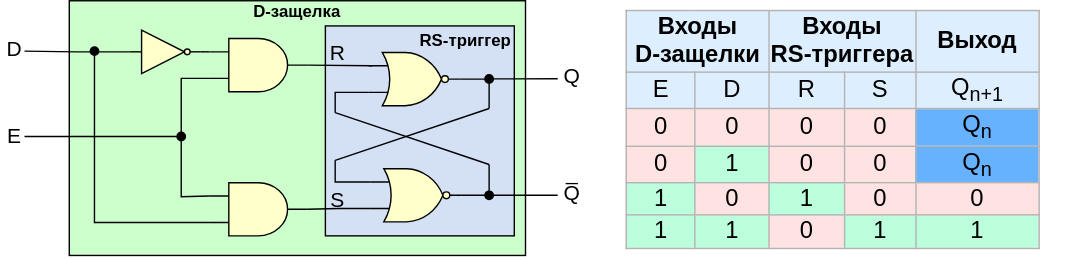
Before: .pic/Introduction/Sequential logic/fig_04.drawio.svg, a diagram exported from draw.io (MPSU/APS). Source tidied: cells renumbered, new cells last; positions are measured from the earlier drawing's top-left corner, leaving out a move shared by most shapes.
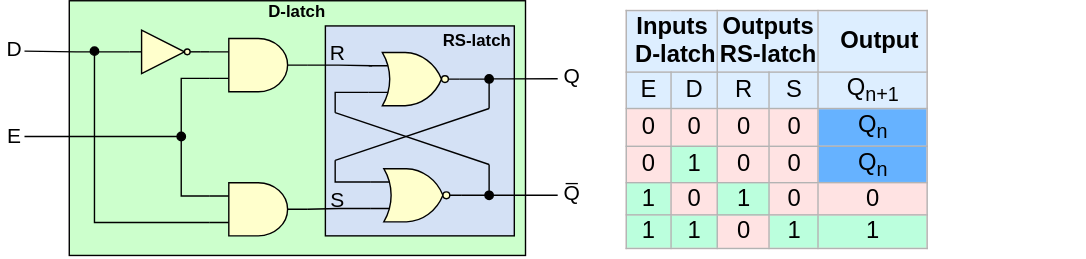
Later version of the same file.

Change to the diagram source:
```diff
@@ -2,10 +2,10 @@
   <root>
     <mxCell id="0" />
     <mxCell id="1" parent="0" />
-    <mxCell id="2" value="D-защелка" style="rounded=0;whiteSpace=wrap;html=1;labelBackgroundColor=none;fillColor=#CCFFCC;verticalAlign=top;spacingTop=-6;fontStyle=1;" parent="1" vertex="1">
+    <mxCell id="2" value="D-latch" style="rounded=0;whiteSpace=wrap;html=1;labelBackgroundColor=none;fillColor=#CCFFCC;verticalAlign=top;spacingTop=-6;fontStyle=1;" parent="1" vertex="1">
       <mxGeometry x="49" width="326" height="182" as="geometry" />
     </mxCell>
-    <mxCell id="3" value="RS-триггер" style="rounded=0;whiteSpace=wrap;html=1;fillColor=#D4E1F5;verticalAlign=top;align=right;spacingTop=-3;fontStyle=1;" parent="1" vertex="1">
+    <mxCell id="3" value="RS-latch" style="rounded=0;whiteSpace=wrap;html=1;fillColor=#D4E1F5;verticalAlign=top;align=right;spacingTop=-3;fontStyle=1;" parent="1" vertex="1">
       <mxGeometry x="232" y="18" width="135" height="150" as="geometry" />
     </mxCell>
     <mxCell id="4" style="edgeStyle=orthogonalEdgeStyle;rounded=0;jettySize=auto;html=1;exitX=0;exitY=0.75;exitDx=0;exitDy=0;exitPerimeter=0;endArrow=oval;endFill=1;" parent="1" edge="1" source="27">
@@ -136,7 +136,7 @@
     <mxCell id="30" style="edgeStyle=orthogonalEdgeStyle;rounded=0;jettySize=auto;html=1;exitX=1;exitY=0.5;exitDx=0;exitDy=0;exitPerimeter=0;entryX=0;entryY=0.25;entryDx=0;entryDy=0;entryPerimeter=0;endArrow=none;endFill=0;" parent="1" edge="1" source="29" target="26">
       <mxGeometry relative="1" as="geometry" />
     </mxCell>
-    <mxCell id="31" value="&lt;table border=&quot;1&quot; class=&quot;wikitable&quot; style=&quot;text-align: center; font-size: 17px; border: 1px solid rgb(179, 179, 179); border-collapse: collapse; background-color: rgb(255, 227, 227);&quot; id=&quot;mwAjk&quot;&gt;&lt;tbody id=&quot;mwAjs&quot;&gt;&lt;tr style=&quot;background: rgb(221, 238, 255);&quot; id=&quot;mwAjw&quot;&gt;&lt;td colspan=&quot;2&quot; id=&quot;mwAj0&quot;&gt;&lt;b&gt;&lt;font style=&quot;font-size: 17px;&quot;&gt;Входы&lt;br&gt;&amp;nbsp;D-защелки&amp;nbsp;&lt;/font&gt;&lt;/b&gt;&lt;/td&gt;&lt;td colspan=&quot;2&quot; id=&quot;mwAj8&quot;&gt;&lt;b id=&quot;mwAkA&quot;&gt;&lt;font style=&quot;font-size: 17px;&quot;&gt;Входы&lt;br&gt;RS-триггера&lt;/font&gt;&lt;/b&gt;&lt;/td&gt;&lt;td colspan=&quot;2&quot;&gt;&lt;b&gt;&lt;font style=&quot;font-size: 17px;&quot;&gt;&amp;nbsp; &amp;nbsp;Выход&amp;nbsp; &amp;nbsp;&lt;/font&gt;&lt;/b&gt;&lt;/td&gt;&lt;/tr&gt;&lt;tr style=&quot;background: rgb(221, 238, 255);&quot; id=&quot;mwAkE&quot;&gt;&lt;td id=&quot;mwAkI&quot;&gt;&lt;font style=&quot;font-size: 17px;&quot;&gt;E&lt;/font&gt;&lt;/td&gt;&lt;td id=&quot;mwAkM&quot;&gt;&lt;font style=&quot;font-size: 17px;&quot;&gt;D&lt;/font&gt;&lt;/td&gt;&lt;td id=&quot;mwAkQ&quot;&gt;&lt;font style=&quot;font-size: 17px;&quot;&gt;R&lt;/font&gt;&lt;/td&gt;&lt;td id=&quot;mwAkU&quot;&gt;&lt;font style=&quot;font-size: 17px;&quot;&gt;S&lt;/font&gt;&lt;/td&gt;&lt;td id=&quot;mwAkY&quot;&gt;&lt;font style=&quot;font-size: 17px;&quot;&gt;Q&lt;sub&gt;n+1&lt;/sub&gt;&lt;/font&gt;&lt;/td&gt;&lt;/tr&gt;&lt;tr id=&quot;mwAko&quot;&gt;&lt;td style=&quot;background-color: rgb(255, 227, 227);&quot; id=&quot;mwAks&quot;&gt;&lt;font style=&quot;font-size: 17px;&quot;&gt;0&lt;/font&gt;&lt;/td&gt;&lt;td style=&quot;background-color: rgb(255, 227, 227);&quot; id=&quot;mwAkw&quot;&gt;&lt;font style=&quot;font-size: 17px;&quot;&gt;0&lt;/font&gt;&lt;/td&gt;&lt;td style=&quot;background: rgb(255, 227, 227); color: black; vertical-align: middle; text-align: center;&quot; class=&quot;table-no2&quot; data-mw=&quot;{&amp;quot;parts&amp;quot;:[&amp;quot;|| &amp;quot;,{&amp;quot;template&amp;quot;:{&amp;quot;target&amp;quot;:{&amp;quot;wt&amp;quot;:&amp;quot;no2&amp;quot;,&amp;quot;href&amp;quot;:&amp;quot;./Template:No2&amp;quot;},&amp;quot;params&amp;quot;:{&amp;quot;1&amp;quot;:{&amp;quot;wt&amp;quot;:&amp;quot;0&amp;quot;}},&amp;quot;i&amp;quot;:0}},&amp;quot; &amp;quot;]}&quot; id=&quot;mwASM&quot;&gt;&lt;font style=&quot;font-size: 17px;&quot;&gt;0&lt;/font&gt;&lt;/td&gt;&lt;td style=&quot;background: rgb(255, 227, 227); color: black; vertical-align: middle; text-align: center;&quot; class=&quot;table-yes2&quot; data-mw=&quot;{&amp;quot;parts&amp;quot;:[&amp;quot;|| &amp;quot;,{&amp;quot;template&amp;quot;:{&amp;quot;target&amp;quot;:{&amp;quot;wt&amp;quot;:&amp;quot;yes2&amp;quot;,&amp;quot;href&amp;quot;:&amp;quot;./Template:Yes2&amp;quot;},&amp;quot;params&amp;quot;:{&amp;quot;1&amp;quot;:{&amp;quot;wt&amp;quot;:&amp;quot;1&amp;quot;}},&amp;quot;i&amp;quot;:0}},&amp;quot; &amp;quot;]}&quot; id=&quot;mwASc&quot;&gt;&lt;font style=&quot;font-size: 17px;&quot;&gt;0&lt;/font&gt;&lt;/td&gt;&lt;td style=&quot;background: rgb(102, 178, 255); color: black; text-align: center;&quot; class=&quot;table-no2&quot; data-mw=&quot;{&amp;quot;parts&amp;quot;:[&amp;quot;|| &amp;quot;,{&amp;quot;template&amp;quot;:{&amp;quot;target&amp;quot;:{&amp;quot;wt&amp;quot;:&amp;quot;no2&amp;quot;,&amp;quot;href&amp;quot;:&amp;quot;./Template:No2&amp;quot;},&amp;quot;params&amp;quot;:{&amp;quot;1&amp;quot;:{&amp;quot;wt&amp;quot;:&amp;quot;0&amp;quot;}},&amp;quot;i&amp;quot;:0}},&amp;quot; &amp;quot;]}&quot; id=&quot;mwASM&quot;&gt;&lt;span style=&quot;vertical-align: middle;&quot;&gt;Q&lt;/span&gt;&lt;sub&gt;n&lt;/sub&gt;&lt;br&gt;&lt;/td&gt;&lt;/tr&gt;&lt;tr id=&quot;mwAlM&quot;&gt;&lt;td style=&quot;background-color: rgb(255, 227, 227);&quot; id=&quot;mwAlQ&quot;&gt;&lt;font style=&quot;font-size: 17px;&quot;&gt;0&lt;/font&gt;&lt;/td&gt;&lt;td style=&quot;background-color: rgb(187, 255, 221);&quot; id=&quot;mwAlU&quot;&gt;&lt;font style=&quot;font-size: 17px;&quot;&gt;1&lt;/font&gt;&lt;/td&gt;&lt;td style=&quot;background: rgb(255, 227, 227); color: black; vertical-align: middle; text-align: center;&quot; class=&quot;table-no2&quot; data-mw=&quot;{&amp;quot;parts&amp;quot;:[&amp;quot;|| &amp;quot;,{&amp;quot;template&amp;quot;:{&amp;quot;target&amp;quot;:{&amp;quot;wt&amp;quot;:&amp;quot;no2&amp;quot;,&amp;quot;href&amp;quot;:&amp;quot;./Template:No2&amp;quot;},&amp;quot;params&amp;quot;:{&amp;quot;1&amp;quot;:{&amp;quot;wt&amp;quot;:&amp;quot;0&amp;quot;}},&amp;quot;i&amp;quot;:0}},&amp;quot; &amp;quot;]}&quot; id=&quot;mwASM&quot;&gt;&lt;font style=&quot;font-size: 17px;&quot;&gt;0&lt;/font&gt;&lt;/td&gt;&lt;td style=&quot;background: rgb(255, 227, 227); color: black; vertical-align: middle; text-align: center;&quot; class=&quot;table-yes2&quot; data-mw=&quot;{&amp;quot;parts&amp;quot;:[&amp;quot;|| &amp;quot;,{&amp;quot;template&amp;quot;:{&amp;quot;target&amp;quot;:{&amp;quot;wt&amp;quot;:&amp;quot;yes2&amp;quot;,&amp;quot;href&amp;quot;:&amp;quot;./Template:Yes2&amp;quot;},&amp;quot;params&amp;quot;:{&amp;quot;1&amp;quot;:{&amp;quot;wt&amp;quot;:&amp;quot;1&amp;quot;}},&amp;quot;i&amp;quot;:0}},&amp;quot; &amp;quot;]}&quot; id=&quot;mwASc&quot;&gt;&lt;font style=&quot;font-size: 17px;&quot;&gt;0&lt;/font&gt;&lt;/td&gt;&lt;td style=&quot;background: rgb(102, 178, 255); color: black; text-align: center;&quot; class=&quot;table-yes2&quot; data-mw=&quot;{&amp;quot;parts&amp;quot;:[&amp;quot;|| &amp;quot;,{&amp;quot;template&amp;quot;:{&amp;quot;target&amp;quot;:{&amp;quot;wt&amp;quot;:&amp;quot;yes2&amp;quot;,&amp;quot;href&amp;quot;:&amp;quot;./Template:Yes2&amp;quot;},&amp;quot;params&amp;quot;:{&amp;quot;1&amp;quot;:{&amp;quot;wt&amp;quot;:&amp;quot;1&amp;quot;}},&amp;quot;i&amp;quot;:0}},&amp;quot; &amp;quot;]}&quot; id=&quot;mwASc&quot;&gt;&lt;font style=&quot;font-size: 17px;&quot;&gt;&lt;span style=&quot;vertical-align: middle;&quot;&gt;Q&lt;/span&gt;&lt;sub&gt;n&lt;/sub&gt;&lt;/font&gt;&lt;/td&gt;&lt;/tr&gt;&lt;tr id=&quot;mwAlw&quot;&gt;&lt;td style=&quot;background-color: rgb(187, 255, 221);&quot; id=&quot;mwAl0&quot;&gt;&lt;font style=&quot;font-size: 17px;&quot;&gt;1&lt;/font&gt;&lt;/td&gt;&lt;td style=&quot;background-color: rgb(255, 227, 227);&quot; id=&quot;mwAl4&quot;&gt;&lt;font style=&quot;font-size: 17px;&quot;&gt;0&lt;/font&gt;&lt;/td&gt;&lt;td style=&quot;background: rgb(187, 255, 221); color: black; vertical-align: middle; text-align: center;&quot; class=&quot;table-no2&quot; data-mw=&quot;{&amp;quot;parts&amp;quot;:[&amp;quot;|| &amp;quot;,{&amp;quot;template&amp;quot;:{&amp;quot;target&amp;quot;:{&amp;quot;wt&amp;quot;:&amp;quot;no2&amp;quot;,&amp;quot;href&amp;quot;:&amp;quot;./Template:No2&amp;quot;},&amp;quot;params&amp;quot;:{&amp;quot;1&amp;quot;:{&amp;quot;wt&amp;quot;:&amp;quot;0&amp;quot;}},&amp;quot;i&amp;quot;:0}},&amp;quot; &amp;quot;]}&quot; id=&quot;mwASM&quot;&gt;&lt;font style=&quot;font-size: 17px;&quot;&gt;1&lt;/font&gt;&lt;/td&gt;&lt;td style=&quot;background: rgb(255, 227, 227); color: black; vertical-align: middle; text-align: center;&quot; class=&quot;table-yes2&quot; data-mw=&quot;{&amp;quot;parts&amp;quot;:[&amp;quot;|| &amp;quot;,{&amp;quot;template&amp;quot;:{&amp;quot;target&amp;quot;:{&amp;quot;wt&amp;quot;:&amp;quot;yes2&amp;quot;,&amp;quot;href&amp;quot;:&amp;quot;./Template:Yes2&amp;quot;},&amp;quot;params&amp;quot;:{&amp;quot;1&amp;quot;:{&amp;quot;wt&amp;quot;:&amp;quot;1&amp;quot;}},&amp;quot;i&amp;quot;:0}},&amp;quot; &amp;quot;]}&quot; id=&quot;mwASc&quot;&gt;&lt;font style=&quot;font-size: 17px;&quot;&gt;0&lt;/font&gt;&lt;/td&gt;&lt;td style=&quot;background: rgb(255, 227, 227); color: black; vertical-align: middle; text-align: center;&quot; class=&quot;table-yes2&quot; data-mw=&quot;{&amp;quot;parts&amp;quot;:[&amp;quot;|| &amp;quot;,{&amp;quot;template&amp;quot;:{&amp;quot;target&amp;quot;:{&amp;quot;wt&amp;quot;:&amp;quot;yes2&amp;quot;,&amp;quot;href&amp;quot;:&amp;quot;./Template:Yes2&amp;quot;},&amp;quot;params&amp;quot;:{&amp;quot;1&amp;quot;:{&amp;quot;wt&amp;quot;:&amp;quot;1&amp;quot;}},&amp;quot;i&amp;quot;:0}},&amp;quot; &amp;quot;]}&quot; id=&quot;mwASc&quot;&gt;&lt;font style=&quot;font-size: 17px;&quot;&gt;0&lt;/font&gt;&lt;/td&gt;&lt;/tr&gt;&lt;tr id=&quot;mwAmU&quot;&gt;&lt;td style=&quot;background-color: rgb(187, 255, 221);&quot; id=&quot;mwAmY&quot;&gt;&lt;font style=&quot;font-size: 17px;&quot;&gt;1&lt;/font&gt;&lt;/td&gt;&lt;td style=&quot;background-color: rgb(187, 255, 221);&quot; id=&quot;mwAmc&quot;&gt;&lt;font style=&quot;font-size: 17px;&quot;&gt;1&lt;/font&gt;&lt;/td&gt;&lt;td style=&quot;background-image: initial; background-position: initial; background-size: initial; background-repeat: initial; background-attachment: initial; background-origin: initial; background-clip: initial; color: black; vertical-align: middle; text-align: center;&quot; class=&quot;table-yes2&quot; data-mw=&quot;{&amp;quot;parts&amp;quot;:[&amp;quot;|| &amp;quot;,{&amp;quot;template&amp;quot;:{&amp;quot;target&amp;quot;:{&amp;quot;wt&amp;quot;:&amp;quot;yes2&amp;quot;,&amp;quot;href&amp;quot;:&amp;quot;./Template:Yes2&amp;quot;},&amp;quot;params&amp;quot;:{&amp;quot;1&amp;quot;:{&amp;quot;wt&amp;quot;:&amp;quot;1&amp;quot;}},&amp;quot;i&amp;quot;:0}},&amp;quot; &amp;quot;]}&quot; id=&quot;mwASc&quot;&gt;&lt;span&gt;0&lt;/span&gt;&lt;/td&gt;&lt;td style=&quot;background: rgb(187, 255, 221); color: black; vertical-align: middle; text-align: center;&quot; class=&quot;table-no2&quot; data-mw=&quot;{&amp;quot;parts&amp;quot;:[&amp;quot;|| &amp;quot;,{&amp;quot;template&amp;quot;:{&amp;quot;target&amp;quot;:{&amp;quot;wt&amp;quot;:&amp;quot;no2&amp;quot;,&amp;quot;href&amp;quot;:&amp;quot;./Template:No2&amp;quot;},&amp;quot;params&amp;quot;:{&amp;quot;1&amp;quot;:{&amp;quot;wt&amp;quot;:&amp;quot;0&amp;quot;}},&amp;quot;i&amp;quot;:0}},&amp;quot; &amp;quot;]}&quot; id=&quot;mwASM&quot;&gt;&lt;font style=&quot;font-size: 17px;&quot;&gt;1&lt;/font&gt;&lt;/td&gt;&lt;td style=&quot;background: rgb(187, 255, 221); color: black; vertical-align: middle; text-align: center;&quot; class=&quot;table-yes2&quot; data-mw=&quot;{&amp;quot;parts&amp;quot;:[&amp;quot;|| &amp;quot;,{&amp;quot;template&amp;quot;:{&amp;quot;target&amp;quot;:{&amp;quot;wt&amp;quot;:&amp;quot;yes2&amp;quot;,&amp;quot;href&amp;quot;:&amp;quot;./Template:Yes2&amp;quot;},&amp;quot;params&amp;quot;:{&amp;quot;1&amp;quot;:{&amp;quot;wt&amp;quot;:&amp;quot;1&amp;quot;}},&amp;quot;i&amp;quot;:0}},&amp;quot; &amp;quot;]}&quot; id=&quot;mwASc&quot;&gt;&lt;font style=&quot;font-size: 17px;&quot;&gt;1&lt;/font&gt;&lt;/td&gt;&lt;/tr&gt;&lt;/tbody&gt;&lt;/table&gt;" style="text;whiteSpace=wrap;html=1;strokeColor=none;" parent="1" vertex="1">
+    <mxCell id="31" value="&lt;table border=&quot;1&quot; class=&quot;wikitable&quot; style=&quot;text-align: center; font-size: 17px; border: 1px solid rgb(179, 179, 179); border-collapse: collapse; background-color: rgb(255, 227, 227);&quot; id=&quot;mwAjk&quot;&gt;&lt;tbody id=&quot;mwAjs&quot;&gt;&lt;tr style=&quot;background: rgb(221, 238, 255);&quot; id=&quot;mwAjw&quot;&gt;&lt;td colspan=&quot;2&quot; id=&quot;mwAj0&quot;&gt;&lt;b&gt;&lt;font style=&quot;font-size: 17px;&quot;&gt;Inputs&lt;br&gt;&amp;nbsp;D-latch&lt;/font&gt;&lt;/b&gt;&lt;/td&gt;&lt;td colspan=&quot;2&quot; id=&quot;mwAj8&quot;&gt;&lt;b id=&quot;mwAkA&quot;&gt;&lt;font style=&quot;font-size: 17px;&quot;&gt;Outputs&lt;br&gt;RS-latch&lt;/font&gt;&lt;/b&gt;&lt;/td&gt;&lt;td colspan=&quot;2&quot;&gt;&lt;b&gt;&lt;font style=&quot;font-size: 17px;&quot;&gt;&amp;nbsp; &amp;nbsp;Output&amp;nbsp;&lt;/font&gt;&lt;/b&gt;&lt;/td&gt;&lt;/tr&gt;&lt;tr style=&quot;background: rgb(221, 238, 255);&quot; id=&quot;mwAkE&quot;&gt;&lt;td id=&quot;mwAkI&quot;&gt;&lt;font style=&quot;font-size: 17px;&quot;&gt;E&lt;/font&gt;&lt;/td&gt;&lt;td id=&quot;mwAkM&quot;&gt;&lt;font style=&quot;font-size: 17px;&quot;&gt;D&lt;/font&gt;&lt;/td&gt;&lt;td id=&quot;mwAkQ&quot;&gt;&lt;font style=&quot;font-size: 17px;&quot;&gt;R&lt;/font&gt;&lt;/td&gt;&lt;td id=&quot;mwAkU&quot;&gt;&lt;font style=&quot;font-size: 17px;&quot;&gt;S&lt;/font&gt;&lt;/td&gt;&lt;td id=&quot;mwAkY&quot;&gt;&lt;font style=&quot;font-size: 17px;&quot;&gt;Q&lt;sub&gt;n+1&lt;/sub&gt;&lt;/font&gt;&lt;/td&gt;&lt;/tr&gt;&lt;tr id=&quot;mwAko&quot;&gt;&lt;td style=&quot;background-color: rgb(255, 227, 227);&quot; id=&quot;mwAks&quot;&gt;&lt;font style=&quot;font-size: 17px;&quot;&gt;0&lt;/font&gt;&lt;/td&gt;&lt;td style=&quot;background-color: rgb(255, 227, 227);&quot; id=&quot;mwAkw&quot;&gt;&lt;font style=&quot;font-size: 17px;&quot;&gt;0&lt;/font&gt;&lt;/td&gt;&lt;td style=&quot;background: rgb(255, 227, 227); color: black; vertical-align: middle; text-align: center;&quot; class=&quot;table-no2&quot; data-mw=&quot;{&amp;quot;parts&amp;quot;:[&amp;quot;|| &amp;quot;,{&amp;quot;template&amp;quot;:{&amp;quot;target&amp;quot;:{&amp;quot;wt&amp;quot;:&amp;quot;no2&amp;quot;,&amp;quot;href&amp;quot;:&amp;quot;./Template:No2&amp;quot;},&amp;quot;params&amp;quot;:{&amp;quot;1&amp;quot;:{&amp;quot;wt&amp;quot;:&amp;quot;0&amp;quot;}},&amp;quot;i&amp;quot;:0}},&amp;quot; &amp;quot;]}&quot; id=&quot;mwASM&quot;&gt;&lt;font style=&quot;font-size: 17px;&quot;&gt;0&lt;/font&gt;&lt;/td&gt;&lt;td style=&quot;background: rgb(255, 227, 227); color: black; vertical-align: middle; text-align: center;&quot; class=&quot;table-yes2&quot; data-mw=&quot;{&amp;quot;parts&amp;quot;:[&amp;quot;|| &amp;quot;,{&amp;quot;template&amp;quot;:{&amp;quot;target&amp;quot;:{&amp;quot;wt&amp;quot;:&amp;quot;yes2&amp;quot;,&amp;quot;href&amp;quot;:&amp;quot;./Template:Yes2&amp;quot;},&amp;quot;params&amp;quot;:{&amp;quot;1&amp;quot;:{&amp;quot;wt&amp;quot;:&amp;quot;1&amp;quot;}},&amp;quot;i&amp;quot;:0}},&amp;quot; &amp;quot;]}&quot; id=&quot;mwASc&quot;&gt;&lt;font style=&quot;font-size: 17px;&quot;&gt;0&lt;/font&gt;&lt;/td&gt;&lt;td style=&quot;background: rgb(102, 178, 255); color: black; text-align: center;&quot; class=&quot;table-no2&quot; data-mw=&quot;{&amp;quot;parts&amp;quot;:[&amp;quot;|| &amp;quot;,{&amp;quot;template&amp;quot;:{&amp;quot;target&amp;quot;:{&amp;quot;wt&amp;quot;:&amp;quot;no2&amp;quot;,&amp;quot;href&amp;quot;:&amp;quot;./Template:No2&amp;quot;},&amp;quot;params&amp;quot;:{&amp;quot;1&amp;quot;:{&amp;quot;wt&amp;quot;:&amp;quot;0&amp;quot;}},&amp;quot;i&amp;quot;:0}},&amp;quot; &amp;quot;]}&quot; id=&quot;mwASM&quot;&gt;&lt;span style=&quot;vertical-align: middle;&quot;&gt;Q&lt;/span&gt;&lt;sub&gt;n&lt;/sub&gt;&lt;br&gt;&lt;/td&gt;&lt;/tr&gt;&lt;tr id=&quot;mwAlM&quot;&gt;&lt;td style=&quot;background-color: rgb(255, 227, 227);&quot; id=&quot;mwAlQ&quot;&gt;&lt;font style=&quot;font-size: 17px;&quot;&gt;0&lt;/font&gt;&lt;/td&gt;&lt;td style=&quot;background-color: rgb(187, 255, 221);&quot; id=&quot;mwAlU&quot;&gt;&lt;font style=&quot;font-size: 17px;&quot;&gt;1&lt;/font&gt;&lt;/td&gt;&lt;td style=&quot;background: rgb(255, 227, 227); color: black; vertical-align: middle; text-align: center;&quot; class=&quot;table-no2&quot; data-mw=&quot;{&amp;quot;parts&amp;quot;:[&amp;quot;|| &amp;quot;,{&amp;quot;template&amp;quot;:{&amp;quot;target&amp;quot;:{&amp;quot;wt&amp;quot;:&amp;quot;no2&amp;quot;,&amp;quot;href&amp;quot;:&amp;quot;./Template:No2&amp;quot;},&amp;quot;params&amp;quot;:{&amp;quot;1&amp;quot;:{&amp;quot;wt&amp;quot;:&amp;quot;0&amp;quot;}},&amp;quot;i&amp;quot;:0}},&amp;quot; &amp;quot;]}&quot; id=&quot;mwASM&quot;&gt;&lt;font style=&quot;font-size: 17px;&quot;&gt;0&lt;/font&gt;&lt;/td&gt;&lt;td style=&quot;background: rgb(255, 227, 227); color: black; vertical-align: middle; text-align: center;&quot; class=&quot;table-yes2&quot; data-mw=&quot;{&amp;quot;parts&amp;quot;:[&amp;quot;|| &amp;quot;,{&amp;quot;template&amp;quot;:{&amp;quot;target&amp;quot;:{&amp;quot;wt&amp;quot;:&amp;quot;yes2&amp;quot;,&amp;quot;href&amp;quot;:&amp;quot;./Template:Yes2&amp;quot;},&amp;quot;params&amp;quot;:{&amp;quot;1&amp;quot;:{&amp;quot;wt&amp;quot;:&amp;quot;1&amp;quot;}},&amp;quot;i&amp;quot;:0}},&amp;quot; &amp;quot;]}&quot; id=&quot;mwASc&quot;&gt;&lt;font style=&quot;font-size: 17px;&quot;&gt;0&lt;/font&gt;&lt;/td&gt;&lt;td style=&quot;background: rgb(102, 178, 255); color: black; text-align: center;&quot; class=&quot;table-yes2&quot; data-mw=&quot;{&amp;quot;parts&amp;quot;:[&amp;quot;|| &amp;quot;,{&amp;quot;template&amp;quot;:{&amp;quot;target&amp;quot;:{&amp;quot;wt&amp;quot;:&amp;quot;yes2&amp;quot;,&amp;quot;href&amp;quot;:&amp;quot;./Template:Yes2&amp;quot;},&amp;quot;params&amp;quot;:{&amp;quot;1&amp;quot;:{&amp;quot;wt&amp;quot;:&amp;quot;1&amp;quot;}},&amp;quot;i&amp;quot;:0}},&amp;quot; &amp;quot;]}&quot; id=&quot;mwASc&quot;&gt;&lt;font style=&quot;font-size: 17px;&quot;&gt;&lt;span style=&quot;vertical-align: middle;&quot;&gt;Q&lt;/span&gt;&lt;sub&gt;n&lt;/sub&gt;&lt;/font&gt;&lt;/td&gt;&lt;/tr&gt;&lt;tr id=&quot;mwAlw&quot;&gt;&lt;td style=&quot;background-color: rgb(187, 255, 221);&quot; id=&quot;mwAl0&quot;&gt;&lt;font style=&quot;font-size: 17px;&quot;&gt;1&lt;/font&gt;&lt;/td&gt;&lt;td style=&quot;background-color: rgb(255, 227, 227);&quot; id=&quot;mwAl4&quot;&gt;&lt;font style=&quot;font-size: 17px;&quot;&gt;0&lt;/font&gt;&lt;/td&gt;&lt;td style=&quot;background: rgb(187, 255, 221); color: black; vertical-align: middle; text-align: center;&quot; class=&quot;table-no2&quot; data-mw=&quot;{&amp;quot;parts&amp;quot;:[&amp;quot;|| &amp;quot;,{&amp;quot;template&amp;quot;:{&amp;quot;target&amp;quot;:{&amp;quot;wt&amp;quot;:&amp;quot;no2&amp;quot;,&amp;quot;href&amp;quot;:&amp;quot;./Template:No2&amp;quot;},&amp;quot;params&amp;quot;:{&amp;quot;1&amp;quot;:{&amp;quot;wt&amp;quot;:&amp;quot;0&amp;quot;}},&amp;quot;i&amp;quot;:0}},&amp;quot; &amp;quot;]}&quot; id=&quot;mwASM&quot;&gt;&lt;font style=&quot;font-size: 17px;&quot;&gt;1&lt;/font&gt;&lt;/td&gt;&lt;td style=&quot;background: rgb(255, 227, 227); color: black; vertical-align: middle; text-align: center;&quot; class=&quot;table-yes2&quot; data-mw=&quot;{&amp;quot;parts&amp;quot;:[&amp;quot;|| &amp;quot;,{&amp;quot;template&amp;quot;:{&amp;quot;target&amp;quot;:{&amp;quot;wt&amp;quot;:&amp;quot;yes2&amp;quot;,&amp;quot;href&amp;quot;:&amp;quot;./Template:Yes2&amp;quot;},&amp;quot;params&amp;quot;:{&amp;quot;1&amp;quot;:{&amp;quot;wt&amp;quot;:&amp;quot;1&amp;quot;}},&amp;quot;i&amp;quot;:0}},&amp;quot; &amp;quot;]}&quot; id=&quot;mwASc&quot;&gt;&lt;font style=&quot;font-size: 17px;&quot;&gt;0&lt;/font&gt;&lt;/td&gt;&lt;td style=&quot;background: rgb(255, 227, 227); color: black; vertical-align: middle; text-align: center;&quot; class=&quot;table-yes2&quot; data-mw=&quot;{&amp;quot;parts&amp;quot;:[&amp;quot;|| &amp;quot;,{&amp;quot;template&amp;quot;:{&amp;quot;target&amp;quot;:{&amp;quot;wt&amp;quot;:&amp;quot;yes2&amp;quot;,&amp;quot;href&amp;quot;:&amp;quot;./Template:Yes2&amp;quot;},&amp;quot;params&amp;quot;:{&amp;quot;1&amp;quot;:{&amp;quot;wt&amp;quot;:&amp;quot;1&amp;quot;}},&amp;quot;i&amp;quot;:0}},&amp;quot; &amp;quot;]}&quot; id=&quot;mwASc&quot;&gt;&lt;font style=&quot;font-size: 17px;&quot;&gt;0&lt;/font&gt;&lt;/td&gt;&lt;/tr&gt;&lt;tr id=&quot;mwAmU&quot;&gt;&lt;td style=&quot;background-color: rgb(187, 255, 221);&quot; id=&quot;mwAmY&quot;&gt;&lt;font style=&quot;font-size: 17px;&quot;&gt;1&lt;/font&gt;&lt;/td&gt;&lt;td style=&quot;background-color: rgb(187, 255, 221);&quot; id=&quot;mwAmc&quot;&gt;&lt;font style=&quot;font-size: 17px;&quot;&gt;1&lt;/font&gt;&lt;/td&gt;&lt;td style=&quot;background-image: initial; background-position: initial; background-size: initial; background-repeat: initial; background-attachment: initial; background-origin: initial; background-clip: initial; color: black; vertical-align: middle; text-align: center;&quot; class=&quot;table-yes2&quot; data-mw=&quot;{&amp;quot;parts&amp;quot;:[&amp;quot;|| &amp;quot;,{&amp;quot;template&amp;quot;:{&amp;quot;target&amp;quot;:{&amp;quot;wt&amp;quot;:&amp;quot;yes2&amp;quot;,&amp;quot;href&amp;quot;:&amp;quot;./Template:Yes2&amp;quot;},&amp;quot;params&amp;quot;:{&amp;quot;1&amp;quot;:{&amp;quot;wt&amp;quot;:&amp;quot;1&amp;quot;}},&amp;quot;i&amp;quot;:0}},&amp;quot; &amp;quot;]}&quot; id=&quot;mwASc&quot;&gt;&lt;span&gt;0&lt;/span&gt;&lt;/td&gt;&lt;td style=&quot;background: rgb(187, 255, 221); color: black; vertical-align: middle; text-align: center;&quot; class=&quot;table-no2&quot; data-mw=&quot;{&amp;quot;parts&amp;quot;:[&amp;quot;|| &amp;quot;,{&amp;quot;template&amp;quot;:{&amp;quot;target&amp;quot;:{&amp;quot;wt&amp;quot;:&amp;quot;no2&amp;quot;,&amp;quot;href&amp;quot;:&amp;quot;./Template:No2&amp;quot;},&amp;quot;params&amp;quot;:{&amp;quot;1&amp;quot;:{&amp;quot;wt&amp;quot;:&amp;quot;0&amp;quot;}},&amp;quot;i&amp;quot;:0}},&amp;quot; &amp;quot;]}&quot; id=&quot;mwASM&quot;&gt;&lt;font style=&quot;font-size: 17px;&quot;&gt;1&lt;/font&gt;&lt;/td&gt;&lt;td style=&quot;background: rgb(187, 255, 221); color: black; vertical-align: middle; text-align: center;&quot; class=&quot;table-yes2&quot; data-mw=&quot;{&amp;quot;parts&amp;quot;:[&amp;quot;|| &amp;quot;,{&amp;quot;template&amp;quot;:{&amp;quot;target&amp;quot;:{&amp;quot;wt&amp;quot;:&amp;quot;yes2&amp;quot;,&amp;quot;href&amp;quot;:&amp;quot;./Template:Yes2&amp;quot;},&amp;quot;params&amp;quot;:{&amp;quot;1&amp;quot;:{&amp;quot;wt&amp;quot;:&amp;quot;1&amp;quot;}},&amp;quot;i&amp;quot;:0}},&amp;quot; &amp;quot;]}&quot; id=&quot;mwASc&quot;&gt;&lt;font style=&quot;font-size: 17px;&quot;&gt;1&lt;/font&gt;&lt;/td&gt;&lt;/tr&gt;&lt;/tbody&gt;&lt;/table&gt;" style="text;whiteSpace=wrap;html=1;strokeColor=none;" parent="1" vertex="1">
       <mxGeometry x="445" width="331" height="184" as="geometry" />
     </mxCell>
   </root>
```
